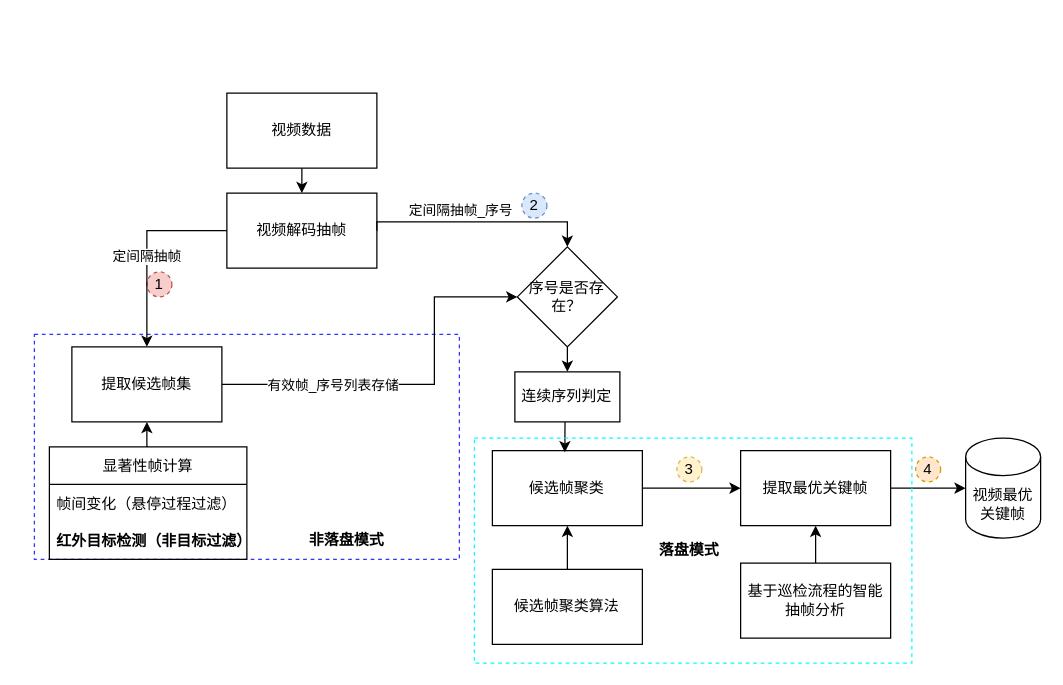
Before: 视频抽帧.drawio in paleblackless/diagrams, a draw.io diagram. Source tidied: cells renumbered, new cells numbered last; positions are measured from the earlier drawing's top-left corner, leaving out a move shared by most shapes. Both pictures are drawn from the tidied source at 125%, with x=0, y=0 at pixel (34, 92).
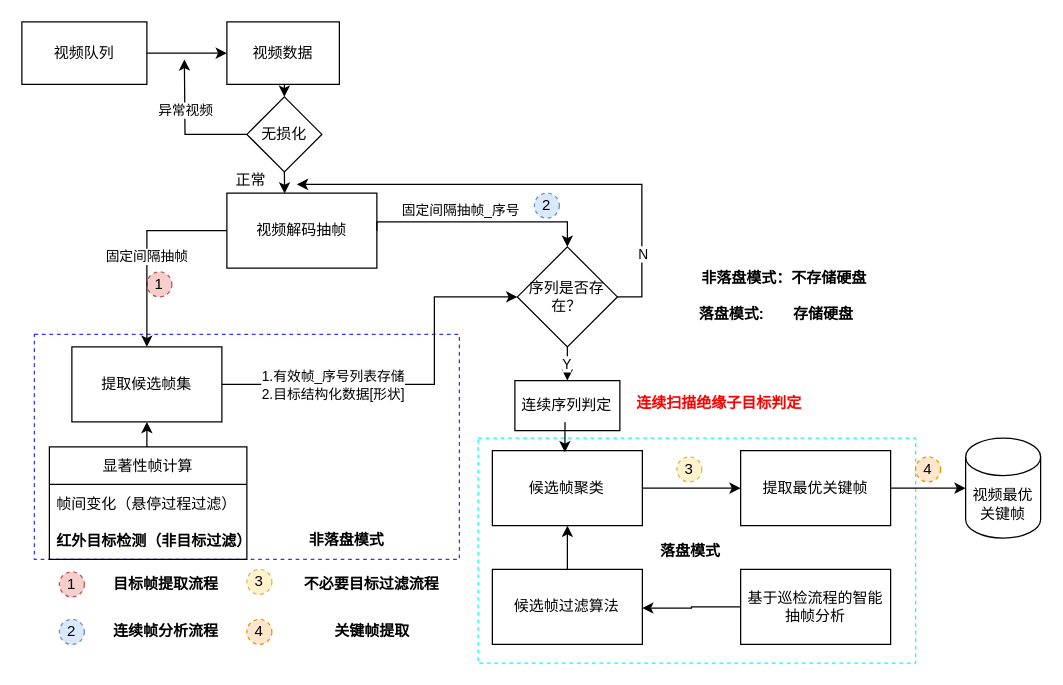
The same page after the edit.

Commit message:
更新视频抽帧.drawio

The change refers to these unchanged cells:
```xml
<mxCell id="4" style="edgeStyle=orthogonalEdgeStyle;rounded=0;jettySize=auto;html=1;entryX=0;entryY=0.5;entryDx=0;entryDy=0;" parent="1" edge="1" source="6" target="33">
  <mxGeometry relative="1" as="geometry">
    <Array as="points">
      <mxPoint x="320" y="233" />
      <mxPoint x="320" y="163" />
    </Array>
  </mxGeometry>
</mxCell>
<mxCell id="10" value="提取最优关键帧" style="rounded=0;whiteSpace=wrap;html=1;" parent="1" vertex="1">
  <mxGeometry x="565" y="286" width="120" height="60" as="geometry" />
</mxCell>
<mxCell id="25" style="edgeStyle=orthogonalEdgeStyle;rounded=0;jettySize=auto;html=1;exitX=0;exitY=0.5;exitDx=0;exitDy=0;entryX=0.5;entryY=0;entryDx=0;entryDy=0;" parent="1" edge="1" source="30" target="6">
  <mxGeometry relative="1" as="geometry" />
</mxCell>
<mxCell id="27" style="edgeStyle=orthogonalEdgeStyle;rounded=0;jettySize=auto;html=1;exitX=1;exitY=0.5;exitDx=0;exitDy=0;entryX=0.5;entryY=0;entryDx=0;entryDy=0;" parent="1" edge="1" source="30" target="33">
  <mxGeometry relative="1" as="geometry">
    <Array as="points">
      <mxPoint x="274" y="103" />
    </Array>
  </mxGeometry>
</mxCell>
<mxCell id="30" value="视频解码抽帧" style="rounded=0;whiteSpace=wrap;html=1;fillColor=none;" parent="1" vertex="1">
  <mxGeometry x="154" y="80" width="120" height="60" as="geometry" />
</mxCell>
```

Diff of the diagram source:
```diff
@@
+    <mxCell id="34" style="rounded=0;whiteSpace=wrap;html=1;fillColor=none;dashed=1;strokeWidth=1;strokeColor=#00FFFF;" parent="1" vertex="1">
+      <mxGeometry x="355" y="276" width="350" height="180" as="geometry" />
+    </mxCell>
@@
-    <mxCell id="5" value="有效帧_序号列表存储" style="edgeLabel;html=1;align=center;verticalAlign=middle;" parent="4" vertex="1">
+    <mxCell id="5" value="1.有效帧_序号列表存储&lt;br&gt;2.目标结构化数据[形状]" style="edgeLabel;html=1;align=center;verticalAlign=middle;" parent="4" vertex="1">
       <mxGeometry x="-0.26" y="-1" relative="1" as="geometry">
         <mxPoint x="-25" y="-1" as="offset" />
       </mxGeometry>
     </mxCell>
@@
-    <mxCell id="16" value="候选帧聚类算法" style="rounded=0;whiteSpace=wrap;html=1;" parent="1" vertex="1">
+    <mxCell id="16" value="候选帧过滤算法" style="rounded=0;whiteSpace=wrap;html=1;" parent="1" vertex="1">
       <mxGeometry x="366.4" y="381" width="120" height="60" as="geometry" />
     </mxCell>
-    <mxCell id="17" style="edgeStyle=orthogonalEdgeStyle;rounded=0;jettySize=auto;html=1;exitX=0.5;exitY=0;exitDx=0;exitDy=0;entryX=0.5;entryY=1;entryDx=0;entryDy=0;" parent="1" edge="1" source="18" target="10">
-      <mxGeometry relative="1" as="geometry" />
-    </mxCell>
+    <mxCell id="38" style="edgeStyle=orthogonalEdgeStyle;rounded=0;jettySize=auto;html=1;entryX=0.999;entryY=0.516;entryDx=0;entryDy=0;entryPerimeter=0;" parent="1" edge="1" source="18" target="16">
+      <mxGeometry relative="1" as="geometry" />
+    </mxCell>
     <mxCell id="18" value="基于巡检流程的智能抽帧分析" style="rounded=0;whiteSpace=wrap;html=1;" parent="1" vertex="1">
-      <mxGeometry x="565" y="376" width="120" height="60" as="geometry" />
+      <mxGeometry x="565" y="381" width="120" height="60" as="geometry" />
     </mxCell>
-    <mxCell id="19" style="edgeStyle=orthogonalEdgeStyle;rounded=0;jettySize=auto;html=1;exitX=0.5;exitY=1;exitDx=0;exitDy=0;entryX=0.5;entryY=0;entryDx=0;entryDy=0;" parent="1" edge="1" source="20" target="30">
-      <mxGeometry relative="1" as="geometry" />
-    </mxCell>
+    <mxCell id="39" style="edgeStyle=orthogonalEdgeStyle;rounded=0;jettySize=auto;html=1;exitX=0.5;exitY=1;exitDx=0;exitDy=0;entryX=0.5;entryY=0;entryDx=0;entryDy=0;fontColor=#000000;" parent="1" edge="1" source="20" target="58">
+      <mxGeometry relative="1" as="geometry" />
+    </mxCell>
     <mxCell id="20" value="视频数据" style="rounded=0;whiteSpace=wrap;html=1;" parent="1" vertex="1">
-      <mxGeometry x="154" width="120" height="60" as="geometry" />
+      <mxGeometry x="154" y="-57" width="90" height="50" as="geometry" />
     </mxCell>
@@
-    <mxCell id="26" value="定间隔抽帧" style="edgeLabel;html=1;align=center;verticalAlign=middle;" parent="25" vertex="1">
+    <mxCell id="26" value="固定间隔抽帧" style="edgeLabel;html=1;align=center;verticalAlign=middle;" parent="25" vertex="1">
       <mxGeometry x="-0.46" y="-1" relative="1" as="geometry">
         <mxPoint x="-23" y="21" as="offset" />
       </mxGeometry>
     </mxCell>
@@
-    <mxCell id="29" value="定间隔抽帧_序号" style="edgeLabel;html=1;align=center;verticalAlign=middle;" parent="27" vertex="1">
+    <mxCell id="29" value="固定间隔抽帧_序号" style="edgeLabel;html=1;align=center;verticalAlign=middle;" parent="27" vertex="1">
       <mxGeometry x="-0.85" y="2" relative="1" as="geometry">
         <mxPoint x="60" y="-8" as="offset" />
       </mxGeometry>
     </mxCell>
@@
-    <mxCell id="32" style="edgeStyle=orthogonalEdgeStyle;rounded=0;jettySize=auto;html=1;exitX=0.5;exitY=1;exitDx=0;exitDy=0;entryX=0.5;entryY=0;entryDx=0;entryDy=0;" parent="1" edge="1" source="33" target="37">
+    <mxCell id="32" value="Y" style="edgeStyle=orthogonalEdgeStyle;rounded=0;jettySize=auto;html=1;exitX=0.5;exitY=1;exitDx=0;exitDy=0;entryX=0.5;entryY=0;entryDx=0;entryDy=0;" parent="1" edge="1" source="33" target="37">
       <mxGeometry relative="1" as="geometry" />
     </mxCell>
+    <mxCell id="40" style="edgeStyle=orthogonalEdgeStyle;rounded=0;jettySize=auto;html=1;exitX=1;exitY=0.5;exitDx=0;exitDy=0;" parent="1" edge="1" source="33">
+      <mxGeometry relative="1" as="geometry">
+        <mxPoint x="210" y="73" as="targetPoint" />
+        <Array as="points">
+          <mxPoint x="486" y="163" />
+          <mxPoint x="486" y="73" />
+        </Array>
+      </mxGeometry>
+    </mxCell>
+    <mxCell id="41" value="N" style="edgeLabel;html=1;align=center;verticalAlign=middle;" parent="40" vertex="1">
+      <mxGeometry x="-0.72" relative="1" as="geometry" />
+    </mxCell>
-    <mxCell id="33" value="序号是否存在？" style="rhombus;whiteSpace=wrap;html=1;fillColor=none;" parent="1" vertex="1">
+    <mxCell id="33" value="序列是否存在？" style="rhombus;whiteSpace=wrap;html=1;fillColor=none;" parent="1" vertex="1">
       <mxGeometry x="386.4" y="123" width="80" height="80" as="geometry" />
     </mxCell>
-    <mxCell id="34" style="rounded=0;whiteSpace=wrap;html=1;fillColor=none;dashed=1;strokeWidth=1;strokeColor=#00FFFF;" parent="1" vertex="1">
-      <mxGeometry x="352" y="276" width="350" height="180" as="geometry" />
-    </mxCell>
     <mxCell id="35" value="&lt;b&gt;落盘模式&lt;/b&gt;" style="text;html=1;strokeColor=none;fillColor=none;align=center;verticalAlign=middle;whiteSpace=wrap;rounded=0;dashed=1;" parent="1" vertex="1">
-      <mxGeometry x="484" y="351" width="80" height="30" as="geometry" />
+      <mxGeometry x="490" y="351" width="70" height="32" as="geometry" />
     </mxCell>
     <mxCell id="36" value="2" style="ellipse;whiteSpace=wrap;html=1;dashed=1;fillColor=#dae8fc;strokeColor=#6c8ebf;" parent="1" vertex="1">
-      <mxGeometry x="390" y="80" width="20" height="20" as="geometry" />
+      <mxGeometry x="400" y="80" width="20" height="20" as="geometry" />
     </mxCell>
     <mxCell id="37" value="连续序列判定" style="rounded=0;whiteSpace=wrap;html=1;strokeColor=#000000;strokeWidth=1;fillColor=none;gradientColor=default;" parent="1" vertex="1">
-      <mxGeometry x="384.4" y="223" width="84" height="40" as="geometry" />
+      <mxGeometry x="384.4" y="230" width="84" height="40" as="geometry" />
     </mxCell>
+    <mxCell id="42" value="&lt;b&gt;&lt;font color=&quot;#ff0000&quot;&gt;连续扫描绝缘子目标判定&lt;/font&gt;&lt;/b&gt;" style="text;html=1;strokeColor=none;fillColor=none;align=center;verticalAlign=middle;whiteSpace=wrap;rounded=0;" parent="1" vertex="1">
+      <mxGeometry x="477.4" y="233" width="141.6" height="30" as="geometry" />
+    </mxCell>
+    <mxCell id="43" value="1" style="ellipse;whiteSpace=wrap;html=1;dashed=1;fillColor=#f8cecc;strokeColor=#b85450;" parent="1" vertex="1">
+      <mxGeometry x="20" y="383" width="20" height="20" as="geometry" />
+    </mxCell>
+    <mxCell id="44" value="2" style="ellipse;whiteSpace=wrap;html=1;dashed=1;fillColor=#dae8fc;strokeColor=#6c8ebf;" parent="1" vertex="1">
+      <mxGeometry x="20" y="421" width="20" height="20" as="geometry" />
+    </mxCell>
+    <mxCell id="45" value="3" style="ellipse;whiteSpace=wrap;html=1;dashed=1;fillColor=#fff2cc;strokeColor=#d6b656;" parent="1" vertex="1">
+      <mxGeometry x="170" y="381" width="20" height="20" as="geometry" />
+    </mxCell>
+    <mxCell id="46" value="4" style="ellipse;whiteSpace=wrap;html=1;dashed=1;fillColor=#ffe6cc;strokeColor=#d79b00;" parent="1" vertex="1">
+      <mxGeometry x="170" y="421" width="20" height="20" as="geometry" />
+    </mxCell>
+    <mxCell id="47" value="&lt;font color=&quot;#000000&quot;&gt;&lt;b&gt;目标帧提取流程&lt;/b&gt;&lt;/font&gt;" style="text;html=1;strokeColor=none;fillColor=none;align=center;verticalAlign=middle;whiteSpace=wrap;rounded=0;fontColor=#FF0000;" parent="1" vertex="1">
+      <mxGeometry x="61" y="378" width="89" height="30" as="geometry" />
+    </mxCell>
+    <mxCell id="48" value="&lt;font color=&quot;#000000&quot;&gt;&lt;b&gt;连续帧分析流程&lt;/b&gt;&lt;/font&gt;" style="text;html=1;strokeColor=none;fillColor=none;align=center;verticalAlign=middle;whiteSpace=wrap;rounded=0;fontColor=#FF0000;" parent="1" vertex="1">
+      <mxGeometry x="61" y="416" width="89" height="30" as="geometry" />
+    </mxCell>
+    <mxCell id="49" value="&lt;font color=&quot;#000000&quot;&gt;&lt;b&gt;不必要目标过滤流程&lt;/b&gt;&lt;/font&gt;" style="text;html=1;strokeColor=none;fillColor=none;align=center;verticalAlign=middle;whiteSpace=wrap;rounded=0;fontColor=#FF0000;" parent="1" vertex="1">
+      <mxGeometry x="210" y="378" width="120" height="30" as="geometry" />
+    </mxCell>
+    <mxCell id="50" value="&lt;font color=&quot;#000000&quot;&gt;&lt;b&gt;关键帧提取&lt;/b&gt;&lt;/font&gt;" style="text;html=1;strokeColor=none;fillColor=none;align=center;verticalAlign=middle;whiteSpace=wrap;rounded=0;fontColor=#FF0000;" parent="1" vertex="1">
+      <mxGeometry x="235.5" y="416" width="69" height="30" as="geometry" />
+    </mxCell>
+    <mxCell id="51" value="&lt;b&gt;非落盘模式：不存储硬盘&lt;/b&gt;" style="text;html=1;strokeColor=none;fillColor=none;align=center;verticalAlign=middle;whiteSpace=wrap;rounded=0;dashed=1;" parent="1" vertex="1">
+      <mxGeometry x="530" y="133" width="140" height="30" as="geometry" />
+    </mxCell>
+    <mxCell id="52" value="&lt;b&gt;落盘模式:&amp;nbsp; &amp;nbsp; &amp;nbsp; &amp;nbsp;存储硬盘&lt;/b&gt;" style="text;html=1;strokeColor=none;fillColor=none;align=left;verticalAlign=middle;whiteSpace=wrap;rounded=0;dashed=1;" parent="1" vertex="1">
+      <mxGeometry x="530" y="161" width="160" height="32" as="geometry" />
+    </mxCell>
+    <mxCell id="53" style="edgeStyle=orthogonalEdgeStyle;rounded=0;jettySize=auto;html=1;exitX=1;exitY=0.5;exitDx=0;exitDy=0;entryX=0;entryY=0.5;entryDx=0;entryDy=0;fontColor=#000000;" parent="1" edge="1" source="54" target="20">
+      <mxGeometry relative="1" as="geometry" />
+    </mxCell>
+    <mxCell id="54" value="视频队列" style="rounded=0;whiteSpace=wrap;html=1;" parent="1" vertex="1">
+      <mxGeometry x="-10" y="-57" width="100" height="50" as="geometry" />
+    </mxCell>
+    <mxCell id="55" style="edgeStyle=orthogonalEdgeStyle;rounded=0;jettySize=auto;html=1;exitX=0;exitY=0.5;exitDx=0;exitDy=0;fontColor=#000000;" parent="1" edge="1" source="58">
+      <mxGeometry relative="1" as="geometry">
+        <mxPoint x="120" y="-27" as="targetPoint" />
+      </mxGeometry>
+    </mxCell>
+    <mxCell id="56" value="异常视频" style="edgeLabel;html=1;align=center;verticalAlign=middle;fontColor=#000000;" parent="55" vertex="1">
+      <mxGeometry x="-0.41" y="-1" relative="1" as="geometry">
+        <mxPoint x="-18" y="-19" as="offset" />
+      </mxGeometry>
+    </mxCell>
+    <mxCell id="57" style="edgeStyle=orthogonalEdgeStyle;rounded=0;jettySize=auto;html=1;exitX=0.5;exitY=1;exitDx=0;exitDy=0;entryX=0.385;entryY=0.005;entryDx=0;entryDy=0;entryPerimeter=0;fontColor=#000000;" parent="1" edge="1" source="58" target="30">
+      <mxGeometry relative="1" as="geometry" />
+    </mxCell>
+    <mxCell id="58" value="无损化" style="rhombus;whiteSpace=wrap;html=1;fontColor=#000000;" parent="1" vertex="1">
+      <mxGeometry x="170" y="3" width="60" height="60" as="geometry" />
+    </mxCell>
+    <mxCell id="59" value="正常" style="text;html=1;strokeColor=none;fillColor=none;align=center;verticalAlign=middle;whiteSpace=wrap;rounded=0;fontColor=#000000;" parent="1" vertex="1">
+      <mxGeometry x="157" y="60" width="33" height="20" as="geometry" />
+    </mxCell>
```
